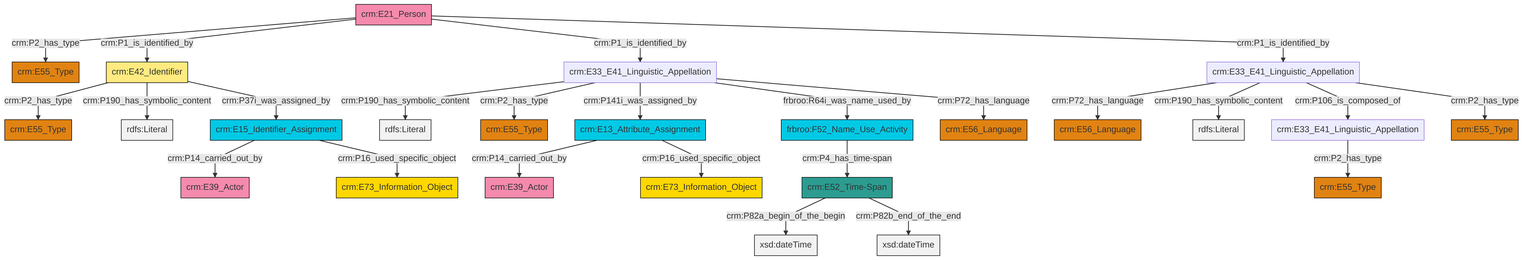
The Mermaid diagram et/personCSV/ttl/mmd/png/Person_Names_and_Classification.png in swiss-art-research-net/docs.swissartresearch, before a commit. Its source is kept beside it as et/personCSV/ttl/mmd/Person_Names_and_Classification.ttl.mmd. Source of this version:
```mermaid
graph TD
classDef Literal fill:#f2f2f2,stroke:#000000;
classDef CRM_Entity fill:#FFFFFF,stroke:#000000;
classDef Temporal_Entity fill:#00C9E6, stroke:#000000;
classDef Type fill:#E18312, stroke:#000000;
classDef Time-Span fill:#2C9C91, stroke:#000000;
classDef Appellation fill:#FFEB7F, stroke:#000000;
classDef Place fill:#008836, stroke:#000000;
classDef Persistent_Item fill:#B266B2, stroke:#000000;
classDef Conceptual_Object fill:#FFD700, stroke:#000000;
classDef Physical_Thing fill:#D2B48C, stroke:#000000;
classDef Actor fill:#f58aad, stroke:#000000;
classDef PC_Classes fill:#4ce600, stroke:#000000;
classDef Multi fill:#cccccc,stroke:#000000;

8["crm:E33_E41_Linguistic_Appellation"]:::Default -->|crm:P190_has_symbolic_content| 10[rdfs:Literal]:::Literal
15["crm:E33_E41_Linguistic_Appellation"]:::Default -->|crm:P2_has_type| 16["crm:E55_Type"]:::Type
8["crm:E33_E41_Linguistic_Appellation"]:::Default -->|crm:P2_has_type| 19["crm:E55_Type"]:::Type
6["crm:E21_Person"]:::Actor -->|crm:P2_has_type| 20["crm:E55_Type"]:::Type
4["crm:E33_E41_Linguistic_Appellation"]:::Default -->|crm:P72_has_language| 21["crm:E56_Language"]:::Type
17["crm:E42_Identifier"]:::Appellation -->|crm:P2_has_type| 22["crm:E55_Type"]:::Type
8["crm:E33_E41_Linguistic_Appellation"]:::Default -->|crm:P141i_was_assigned_by| 2["crm:E13_Attribute_Assignment"]:::Temporal_Entity
8["crm:E33_E41_Linguistic_Appellation"]:::Default -->|frbroo:R64i_was_name_used_by| 27["frbroo:F52_Name_Use_Activity"]:::Temporal_Entity
31["crm:E15_Identifier_Assignment"]:::Temporal_Entity -->|crm:P14_carried_out_by| 0["crm:E39_Actor"]:::Actor
4["crm:E33_E41_Linguistic_Appellation"]:::Default -->|crm:P190_has_symbolic_content| 32[rdfs:Literal]:::Literal
2["crm:E13_Attribute_Assignment"]:::Temporal_Entity -->|crm:P14_carried_out_by| 33["crm:E39_Actor"]:::Actor
11["crm:E52_Time-Span"]:::Time-Span -->|crm:P82a_begin_of_the_begin| 34[xsd:dateTime]:::Literal
17["crm:E42_Identifier"]:::Appellation -->|crm:P190_has_symbolic_content| 36[rdfs:Literal]:::Literal
17["crm:E42_Identifier"]:::Appellation -->|crm:P37i_was_assigned_by| 31["crm:E15_Identifier_Assignment"]:::Temporal_Entity
6["crm:E21_Person"]:::Actor -->|crm:P1_is_identified_by| 17["crm:E42_Identifier"]:::Appellation
31["crm:E15_Identifier_Assignment"]:::Temporal_Entity -->|crm:P16_used_specific_object| 24["crm:E73_Information_Object"]:::Conceptual_Object
6["crm:E21_Person"]:::Actor -->|crm:P1_is_identified_by| 8["crm:E33_E41_Linguistic_Appellation"]:::Default
4["crm:E33_E41_Linguistic_Appellation"]:::Default -->|crm:P106_is_composed_of| 15["crm:E33_E41_Linguistic_Appellation"]:::Default
27["frbroo:F52_Name_Use_Activity"]:::Temporal_Entity -->|crm:P4_has_time-span| 11["crm:E52_Time-Span"]:::Time-Span
2["crm:E13_Attribute_Assignment"]:::Temporal_Entity -->|crm:P16_used_specific_object| 38["crm:E73_Information_Object"]:::Conceptual_Object
4["crm:E33_E41_Linguistic_Appellation"]:::Default -->|crm:P2_has_type| 13["crm:E55_Type"]:::Type
11["crm:E52_Time-Span"]:::Time-Span -->|crm:P82b_end_of_the_end| 41[xsd:dateTime]:::Literal
8["crm:E33_E41_Linguistic_Appellation"]:::Default -->|crm:P72_has_language| 39["crm:E56_Language"]:::Type
6["crm:E21_Person"]:::Actor -->|crm:P1_is_identified_by| 4["crm:E33_E41_Linguistic_Appellation"]:::Default
```
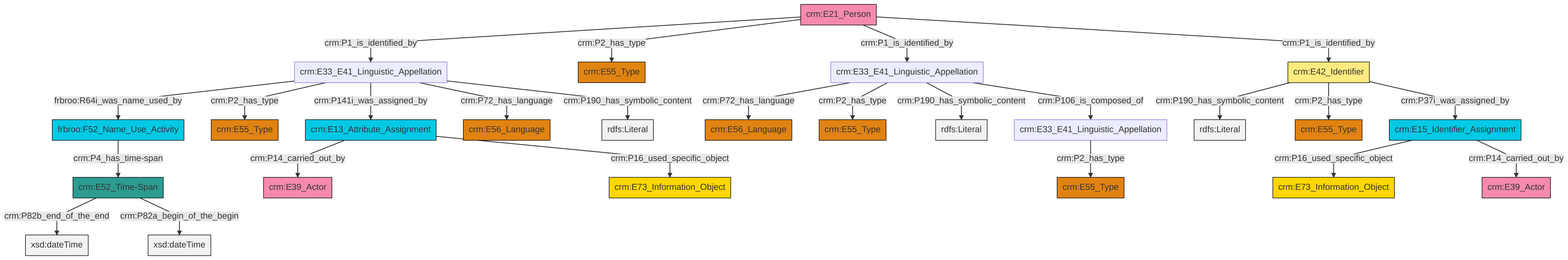
The same diagram one commit later.

What changed in the source:
```diff
@@ -13,27 +13,27 @@
 classDef PC_Classes fill:#4ce600, stroke:#000000;
 classDef Multi fill:#cccccc,stroke:#000000;
 
-8["crm:E33_E41_Linguistic_Appellation"]:::Default -->|crm:P190_has_symbolic_content| 10[rdfs:Literal]:::Literal
-15["crm:E33_E41_Linguistic_Appellation"]:::Default -->|crm:P2_has_type| 16["crm:E55_Type"]:::Type
-8["crm:E33_E41_Linguistic_Appellation"]:::Default -->|crm:P2_has_type| 19["crm:E55_Type"]:::Type
-6["crm:E21_Person"]:::Actor -->|crm:P2_has_type| 20["crm:E55_Type"]:::Type
-4["crm:E33_E41_Linguistic_Appellation"]:::Default -->|crm:P72_has_language| 21["crm:E56_Language"]:::Type
-17["crm:E42_Identifier"]:::Appellation -->|crm:P2_has_type| 22["crm:E55_Type"]:::Type
-8["crm:E33_E41_Linguistic_Appellation"]:::Default -->|crm:P141i_was_assigned_by| 2["crm:E13_Attribute_Assignment"]:::Temporal_Entity
-8["crm:E33_E41_Linguistic_Appellation"]:::Default -->|frbroo:R64i_was_name_used_by| 27["frbroo:F52_Name_Use_Activity"]:::Temporal_Entity
-31["crm:E15_Identifier_Assignment"]:::Temporal_Entity -->|crm:P14_carried_out_by| 0["crm:E39_Actor"]:::Actor
-4["crm:E33_E41_Linguistic_Appellation"]:::Default -->|crm:P190_has_symbolic_content| 32[rdfs:Literal]:::Literal
-2["crm:E13_Attribute_Assignment"]:::Temporal_Entity -->|crm:P14_carried_out_by| 33["crm:E39_Actor"]:::Actor
-11["crm:E52_Time-Span"]:::Time-Span -->|crm:P82a_begin_of_the_begin| 34[xsd:dateTime]:::Literal
-17["crm:E42_Identifier"]:::Appellation -->|crm:P190_has_symbolic_content| 36[rdfs:Literal]:::Literal
-17["crm:E42_Identifier"]:::Appellation -->|crm:P37i_was_assigned_by| 31["crm:E15_Identifier_Assignment"]:::Temporal_Entity
-6["crm:E21_Person"]:::Actor -->|crm:P1_is_identified_by| 17["crm:E42_Identifier"]:::Appellation
-31["crm:E15_Identifier_Assignment"]:::Temporal_Entity -->|crm:P16_used_specific_object| 24["crm:E73_Information_Object"]:::Conceptual_Object
-6["crm:E21_Person"]:::Actor -->|crm:P1_is_identified_by| 8["crm:E33_E41_Linguistic_Appellation"]:::Default
-4["crm:E33_E41_Linguistic_Appellation"]:::Default -->|crm:P106_is_composed_of| 15["crm:E33_E41_Linguistic_Appellation"]:::Default
-27["frbroo:F52_Name_Use_Activity"]:::Temporal_Entity -->|crm:P4_has_time-span| 11["crm:E52_Time-Span"]:::Time-Span
-2["crm:E13_Attribute_Assignment"]:::Temporal_Entity -->|crm:P16_used_specific_object| 38["crm:E73_Information_Object"]:::Conceptual_Object
-4["crm:E33_E41_Linguistic_Appellation"]:::Default -->|crm:P2_has_type| 13["crm:E55_Type"]:::Type
-11["crm:E52_Time-Span"]:::Time-Span -->|crm:P82b_end_of_the_end| 41[xsd:dateTime]:::Literal
-8["crm:E33_E41_Linguistic_Appellation"]:::Default -->|crm:P72_has_language| 39["crm:E56_Language"]:::Type
-6["crm:E21_Person"]:::Actor -->|crm:P1_is_identified_by| 4["crm:E33_E41_Linguistic_Appellation"]:::Default
+0["crm:E42_Identifier"]:::Appellation -->|crm:P190_has_symbolic_content| 1[rdfs:Literal]:::Literal
+2["crm:E33_E41_Linguistic_Appellation"]:::Default -->|crm:P72_has_language| 6["crm:E56_Language"]:::Type
+7["frbroo:F52_Name_Use_Activity"]:::Temporal_Entity -->|crm:P4_has_time-span| 9["crm:E52_Time-Span"]:::Time-Span
+10["crm:E21_Person"]:::Actor -->|crm:P1_is_identified_by| 11["crm:E33_E41_Linguistic_Appellation"]:::Default
+11["crm:E33_E41_Linguistic_Appellation"]:::Default -->|frbroo:R64i_was_name_used_by| 7["frbroo:F52_Name_Use_Activity"]:::Temporal_Entity
+9["crm:E52_Time-Span"]:::Time-Span -->|crm:P82b_end_of_the_end| 13[xsd:dateTime]:::Literal
+10["crm:E21_Person"]:::Actor -->|crm:P2_has_type| 14["crm:E55_Type"]:::Type
+2["crm:E33_E41_Linguistic_Appellation"]:::Default -->|crm:P2_has_type| 19["crm:E55_Type"]:::Type
+11["crm:E33_E41_Linguistic_Appellation"]:::Default -->|crm:P2_has_type| 15["crm:E55_Type"]:::Type
+21["crm:E15_Identifier_Assignment"]:::Temporal_Entity -->|crm:P16_used_specific_object| 17["crm:E73_Information_Object"]:::Conceptual_Object
+0["crm:E42_Identifier"]:::Appellation -->|crm:P2_has_type| 22["crm:E55_Type"]:::Type
+11["crm:E33_E41_Linguistic_Appellation"]:::Default -->|crm:P141i_was_assigned_by| 4["crm:E13_Attribute_Assignment"]:::Temporal_Entity
+4["crm:E13_Attribute_Assignment"]:::Temporal_Entity -->|crm:P14_carried_out_by| 28["crm:E39_Actor"]:::Actor
+4["crm:E13_Attribute_Assignment"]:::Temporal_Entity -->|crm:P16_used_specific_object| 29["crm:E73_Information_Object"]:::Conceptual_Object
+2["crm:E33_E41_Linguistic_Appellation"]:::Default -->|crm:P190_has_symbolic_content| 32[rdfs:Literal]:::Literal
+21["crm:E15_Identifier_Assignment"]:::Temporal_Entity -->|crm:P14_carried_out_by| 24["crm:E39_Actor"]:::Actor
+0["crm:E42_Identifier"]:::Appellation -->|crm:P37i_was_assigned_by| 21["crm:E15_Identifier_Assignment"]:::Temporal_Entity
+11["crm:E33_E41_Linguistic_Appellation"]:::Default -->|crm:P72_has_language| 35["crm:E56_Language"]:::Type
+9["crm:E52_Time-Span"]:::Time-Span -->|crm:P82a_begin_of_the_begin| 41[xsd:dateTime]:::Literal
+2["crm:E33_E41_Linguistic_Appellation"]:::Default -->|crm:P106_is_composed_of| 30["crm:E33_E41_Linguistic_Appellation"]:::Default
+30["crm:E33_E41_Linguistic_Appellation"]:::Default -->|crm:P2_has_type| 36["crm:E55_Type"]:::Type
+11["crm:E33_E41_Linguistic_Appellation"]:::Default -->|crm:P190_has_symbolic_content| 42[rdfs:Literal]:::Literal
+10["crm:E21_Person"]:::Actor -->|crm:P1_is_identified_by| 2["crm:E33_E41_Linguistic_Appellation"]:::Default
+10["crm:E21_Person"]:::Actor -->|crm:P1_is_identified_by| 0["crm:E42_Identifier"]:::Appellation
```
